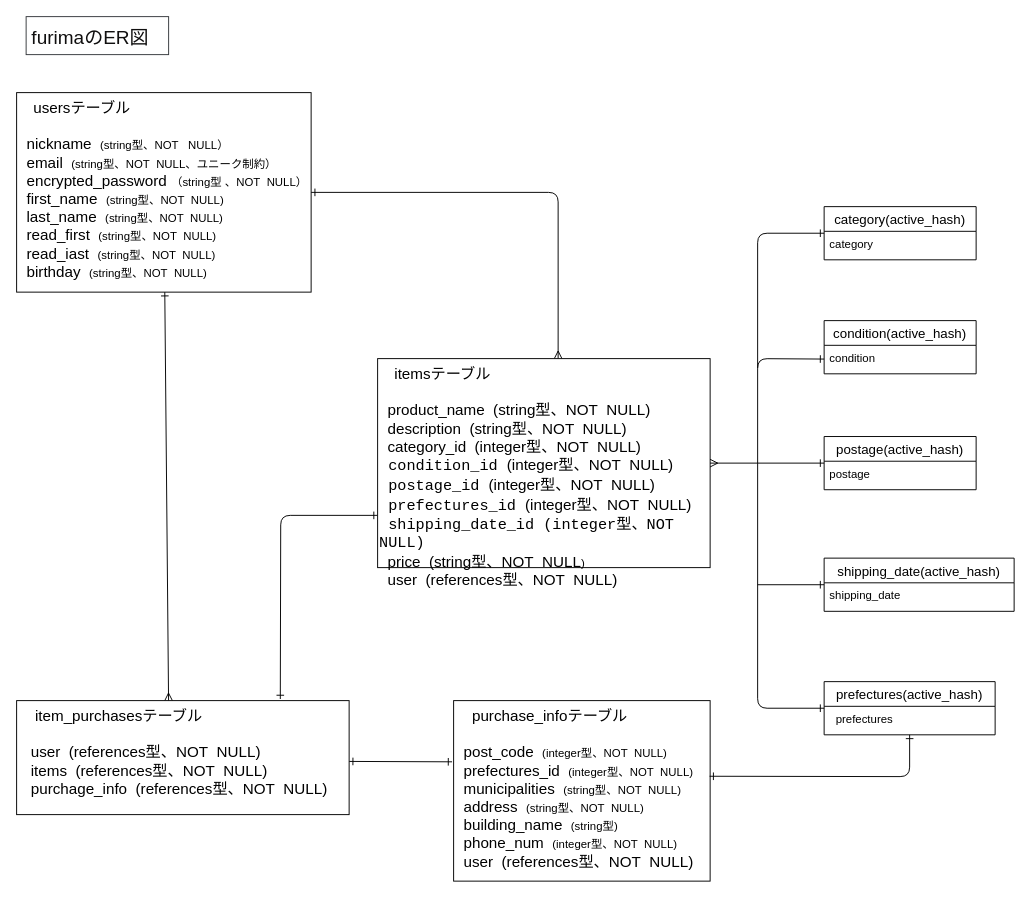
Before: er.dio in saku-naka/furima-39533, a draw.io diagram. Source tidied: cells renumbered, new cells numbered last; positions are measured from the earlier drawing's top-left corner, leaving out a move shared by most shapes. Both pictures are drawn from the tidied source at 95%, with x=0, y=0 at pixel (16, 16).
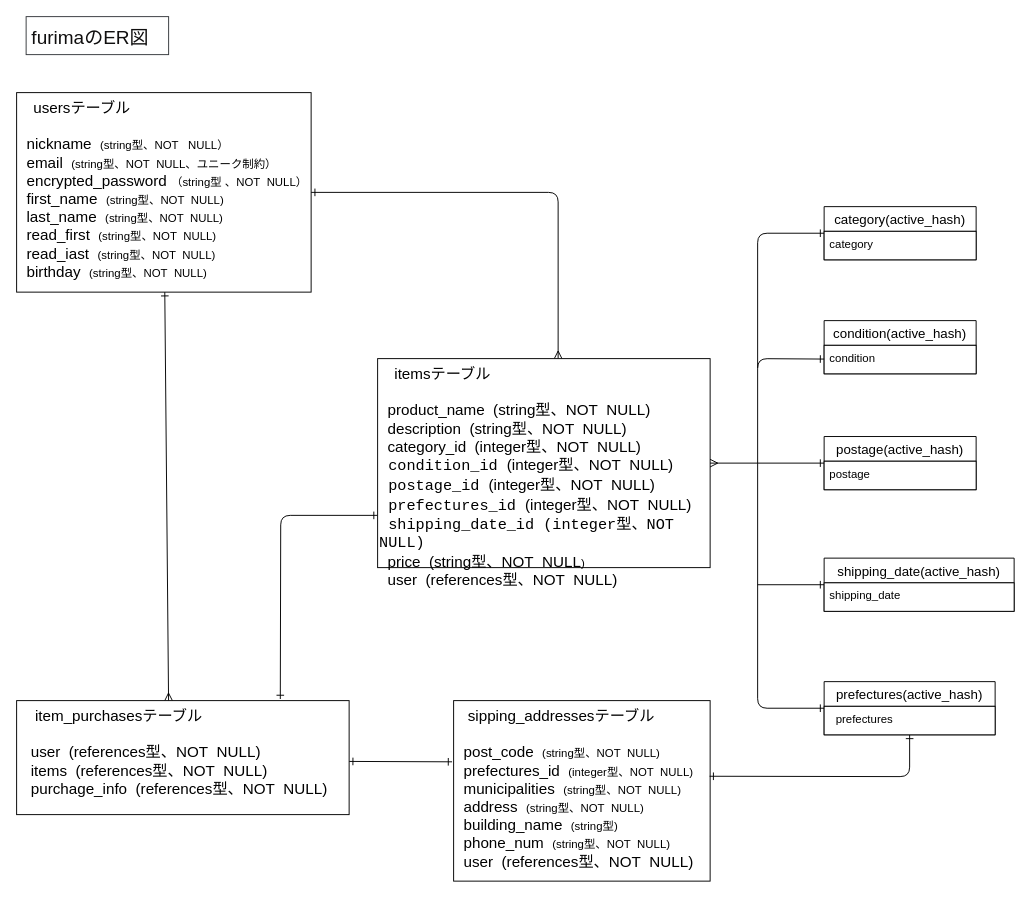
Above is the later version.

Commit message:
ER図の訂正をしました。

Unchanged cells that the change refers to:
```xml
<mxCell id="13" value="prefectures(active_hash)" style="swimlane;fontStyle=0;horizontal=1;startSize=26;align=center;fontSize=14;labelBackgroundColor=none;" parent="1" vertex="1">
  <mxGeometry x="850" y="700" width="180" height="56" as="geometry" />
</mxCell>
<mxCell id="16" value="postage(active_hash)" style="swimlane;fontStyle=0;horizontal=1;startSize=26;align=center;fontSize=14;labelBackgroundColor=none;" parent="1" vertex="1">
  <mxGeometry x="850" y="442" width="160" height="56" as="geometry" />
</mxCell>
<mxCell id="18" value="condition(active_hash)" style="swimlane;fontStyle=0;horizontal=1;startSize=26;align=center;fontSize=14;labelBackgroundColor=none;" parent="1" vertex="1">
  <mxGeometry x="850" y="320" width="160" height="56" as="geometry" />
</mxCell>
<mxCell id="21" value="category(active_hash)" style="swimlane;fontStyle=0;horizontal=1;startSize=26;align=center;fontSize=14;labelBackgroundColor=none;" parent="1" vertex="1">
  <mxGeometry x="850" y="200" width="160" height="56" as="geometry" />
</mxCell>
<mxCell id="24" value="shipping_date(active_hash)" style="swimlane;fontStyle=0;horizontal=1;startSize=26;align=center;fontSize=14;labelBackgroundColor=none;" parent="1" vertex="1">
  <mxGeometry x="850" y="570" width="200" height="56" as="geometry" />
</mxCell>
```

Change to the diagram source:
```diff
@@
-<mxGraphModel>
+<mxGraphModel background="#ffffff">
@@
-    <mxCell id="5" value="　usersテーブル&lt;br&gt;&lt;br&gt;&amp;nbsp; nickname&amp;nbsp; &lt;font style=&quot;font-size: 12px;&quot;&gt;(string型、NOT&amp;nbsp; &amp;nbsp;NULL）&lt;/font&gt;&lt;br&gt;&amp;nbsp; email&amp;nbsp;&amp;nbsp;&lt;span style=&quot;font-size: 12px;&quot;&gt;(string型、NOT&amp;nbsp; NULL、ユニーク制約）&lt;/span&gt;&lt;br&gt;&amp;nbsp; encrypted_password&amp;nbsp;&lt;font style=&quot;font-size: 12px;&quot;&gt;（string型 、NOT&amp;nbsp; NULL）&lt;/font&gt;&lt;br&gt;&amp;nbsp; first_name&amp;nbsp; &lt;font style=&quot;font-size: 12px;&quot;&gt;(string型、NOT&amp;nbsp; NULL)&lt;/font&gt;&lt;br&gt;&amp;nbsp; last_name&amp;nbsp; &lt;font style=&quot;font-size: 12px;&quot;&gt;(string型、NOT&amp;nbsp; NULL)&lt;br&gt;&lt;/font&gt;&amp;nbsp; read_first&amp;nbsp;&amp;nbsp;&lt;font style=&quot;font-size: 12px;&quot;&gt;(string型、NOT&amp;nbsp; NULL)&lt;br&gt;&lt;/font&gt;&amp;nbsp; read_iast&amp;nbsp;&amp;nbsp;&lt;font style=&quot;font-size: 12px;&quot;&gt;(string型、NOT&amp;nbsp; NULL)&lt;/font&gt;&lt;br&gt;&amp;nbsp; birthday&amp;nbsp; &lt;font style=&quot;font-size: 12px;&quot;&gt;(string型、NOT&amp;nbsp; NULL)&lt;/font&gt;" style="rounded=0;whiteSpace=wrap;html=1;fontSize=16;align=left;verticalAlign=top;direction=west;labelBackgroundColor=none;" parent="1" vertex="1">
+    <mxCell id="5" value="　usersテーブル&lt;br&gt;&lt;br&gt;&amp;nbsp; nickname&amp;nbsp; &lt;font style=&quot;font-size: 12px;&quot;&gt;(string型、NOT&amp;nbsp; &amp;nbsp;NULL）&lt;/font&gt;&lt;br&gt;&amp;nbsp; email&amp;nbsp;&amp;nbsp;&lt;span style=&quot;font-size: 12px;&quot;&gt;(string型、NOT&amp;nbsp; NULL、ユニーク制約）&lt;/span&gt;&lt;br&gt;&amp;nbsp; encrypted_password&amp;nbsp;&lt;font style=&quot;font-size: 12px;&quot;&gt;（string型 、NOT&amp;nbsp; NULL）&lt;/font&gt;&lt;br&gt;&amp;nbsp; first_name&amp;nbsp; &lt;font style=&quot;font-size: 12px;&quot;&gt;(string型、NOT&amp;nbsp; NULL)&lt;/font&gt;&lt;br&gt;&amp;nbsp; last_name&amp;nbsp; &lt;font style=&quot;font-size: 12px;&quot;&gt;(string型、NOT&amp;nbsp; NULL)&lt;br&gt;&lt;/font&gt;&amp;nbsp; read_first&amp;nbsp;&amp;nbsp;&lt;font style=&quot;font-size: 12px;&quot;&gt;(string型、NOT&amp;nbsp; NULL)&lt;br&gt;&lt;/font&gt;&amp;nbsp; read_iast&amp;nbsp;&amp;nbsp;&lt;font style=&quot;font-size: 12px;&quot;&gt;(string型、NOT&amp;nbsp; NULL)&lt;/font&gt;&lt;br&gt;&amp;nbsp; birthday&amp;nbsp; &lt;font style=&quot;font-size: 12px;&quot;&gt;(string型、NOT&amp;nbsp; NULL)&lt;/font&gt;" style="rounded=0;whiteSpace=wrap;html=1;fontSize=16;align=left;verticalAlign=top;direction=west;labelBackgroundColor=none;fillColor=default;" parent="1" vertex="1">
       <mxGeometry y="80" width="310" height="210" as="geometry" />
     </mxCell>
@@
-    <mxCell id="10" value="&amp;nbsp; &amp;nbsp; purchase_infoテーブル&lt;br&gt;&lt;br&gt;&amp;nbsp; post_code&amp;nbsp;&amp;nbsp;&lt;font style=&quot;font-size: 12px;&quot;&gt;(integer型、NOT&amp;nbsp; NULL)&lt;/font&gt;&lt;br&gt;&amp;nbsp; prefectures_id&amp;nbsp;&amp;nbsp;&lt;font style=&quot;font-size: 12px;&quot;&gt;(integer型、NOT&amp;nbsp; NULL)&lt;/font&gt;&lt;br&gt;&amp;nbsp; municipalities&amp;nbsp;&amp;nbsp;&lt;font style=&quot;font-size: 12px;&quot;&gt;(string型、NOT&amp;nbsp; NULL)&lt;/font&gt;&lt;br&gt;&amp;nbsp; address&amp;nbsp;&amp;nbsp;&lt;font style=&quot;font-size: 12px;&quot;&gt;(string型、NOT&amp;nbsp; NULL)&lt;/font&gt;&lt;br&gt;&amp;nbsp; building_name&amp;nbsp;&amp;nbsp;&lt;font style=&quot;font-size: 12px;&quot;&gt;(string型)&lt;/font&gt;&lt;br&gt;&amp;nbsp; phone_num&amp;nbsp;&amp;nbsp;&lt;font style=&quot;font-size: 12px;&quot;&gt;(integer型、NOT&amp;nbsp; NULL)&lt;br&gt;&lt;span style=&quot;font-size: 16px;&quot;&gt;&amp;nbsp; user&amp;nbsp; (references型、NOT&amp;nbsp; NULL)&lt;/span&gt;&lt;br&gt;&lt;/font&gt;" style="rounded=0;whiteSpace=wrap;html=1;fontSize=16;align=left;verticalAlign=top;labelBackgroundColor=none;" parent="1" vertex="1">
+    <mxCell id="10" value="&amp;nbsp; &amp;nbsp;sipping_addresses&lt;span style=&quot;background-color: initial;&quot;&gt;テーブル&lt;/span&gt;&lt;br&gt;&lt;br&gt;&amp;nbsp; post_code&amp;nbsp;&amp;nbsp;&lt;font style=&quot;font-size: 12px;&quot;&gt;(string型、NOT&amp;nbsp; NULL)&lt;/font&gt;&lt;br&gt;&amp;nbsp; prefectures_id&amp;nbsp;&amp;nbsp;&lt;font style=&quot;font-size: 12px;&quot;&gt;(integer型、NOT&amp;nbsp; NULL)&lt;/font&gt;&lt;br&gt;&amp;nbsp; municipalities&amp;nbsp;&amp;nbsp;&lt;font style=&quot;font-size: 12px;&quot;&gt;(string型、NOT&amp;nbsp; NULL)&lt;/font&gt;&lt;br&gt;&amp;nbsp; address&amp;nbsp;&amp;nbsp;&lt;font style=&quot;font-size: 12px;&quot;&gt;(string型、NOT&amp;nbsp; NULL)&lt;/font&gt;&lt;br&gt;&amp;nbsp; building_name&amp;nbsp;&amp;nbsp;&lt;font style=&quot;font-size: 12px;&quot;&gt;(string型)&lt;/font&gt;&lt;br&gt;&amp;nbsp; phone_num&amp;nbsp;&amp;nbsp;&lt;font style=&quot;font-size: 12px;&quot;&gt;(string型、NOT&amp;nbsp; NULL)&lt;br&gt;&lt;span style=&quot;font-size: 16px;&quot;&gt;&amp;nbsp; user&amp;nbsp; (references型、NOT&amp;nbsp; NULL)&lt;/span&gt;&lt;br&gt;&lt;/font&gt;" style="rounded=0;whiteSpace=wrap;html=1;fontSize=16;align=left;verticalAlign=top;labelBackgroundColor=none;" parent="1" vertex="1">
       <mxGeometry x="460" y="720" width="270" height="190" as="geometry" />
     </mxCell>
@@
-    <mxCell id="14" value="  prefectures" style="text;strokeColor=none;fillColor=none;spacingLeft=4;spacingRight=4;overflow=hidden;fontSize=12;labelBackgroundColor=none;" parent="13" vertex="1">
+    <mxCell id="14" value="  prefectures" style="text;strokeColor=default;fillColor=default;spacingLeft=4;spacingRight=4;overflow=hidden;fontSize=12;labelBackgroundColor=none;" parent="13" vertex="1">
       <mxGeometry y="26" width="180" height="30" as="geometry" />
     </mxCell>
@@
-    <mxCell id="17" value="postage" style="text;strokeColor=none;fillColor=none;spacingLeft=4;spacingRight=4;overflow=hidden;fontSize=12;labelBackgroundColor=none;" parent="16" vertex="1">
+    <mxCell id="17" value="postage" style="text;strokeColor=default;fillColor=default;spacingLeft=4;spacingRight=4;overflow=hidden;fontSize=12;labelBackgroundColor=none;" parent="16" vertex="1">
       <mxGeometry y="26" width="160" height="30" as="geometry" />
     </mxCell>
@@
-    <mxCell id="19" value="condition" style="text;strokeColor=none;fillColor=none;spacingLeft=4;spacingRight=4;overflow=hidden;points=[[0,0.5],[1,0.5]];portConstraint=eastwest;fontSize=12;labelBackgroundColor=none;" parent="18" vertex="1">
+    <mxCell id="19" value="condition" style="text;strokeColor=default;fillColor=default;spacingLeft=4;spacingRight=4;overflow=hidden;points=[[0,0.5],[1,0.5]];portConstraint=eastwest;fontSize=12;labelBackgroundColor=none;" parent="18" vertex="1">
       <mxGeometry y="26" width="160" height="30" as="geometry" />
     </mxCell>
@@
-    <mxCell id="22" value="category" style="text;strokeColor=none;fillColor=none;spacingLeft=4;spacingRight=4;overflow=hidden;fontSize=12;labelBackgroundColor=none;" parent="21" vertex="1">
+    <mxCell id="22" value="category" style="text;strokeColor=default;fillColor=default;spacingLeft=4;spacingRight=4;overflow=hidden;fontSize=12;labelBackgroundColor=none;" parent="21" vertex="1">
       <mxGeometry y="26" width="160" height="30" as="geometry" />
     </mxCell>
@@
-    <mxCell id="25" value="shipping_date" style="text;strokeColor=none;fillColor=none;spacingLeft=4;spacingRight=4;overflow=hidden;fontSize=12;labelBackgroundColor=none;" parent="24" vertex="1">
+    <mxCell id="25" value="shipping_date" style="text;strokeColor=default;fillColor=default;spacingLeft=4;spacingRight=4;overflow=hidden;fontSize=12;labelBackgroundColor=none;" parent="24" vertex="1">
       <mxGeometry y="26" width="200" height="30" as="geometry" />
     </mxCell>
```
